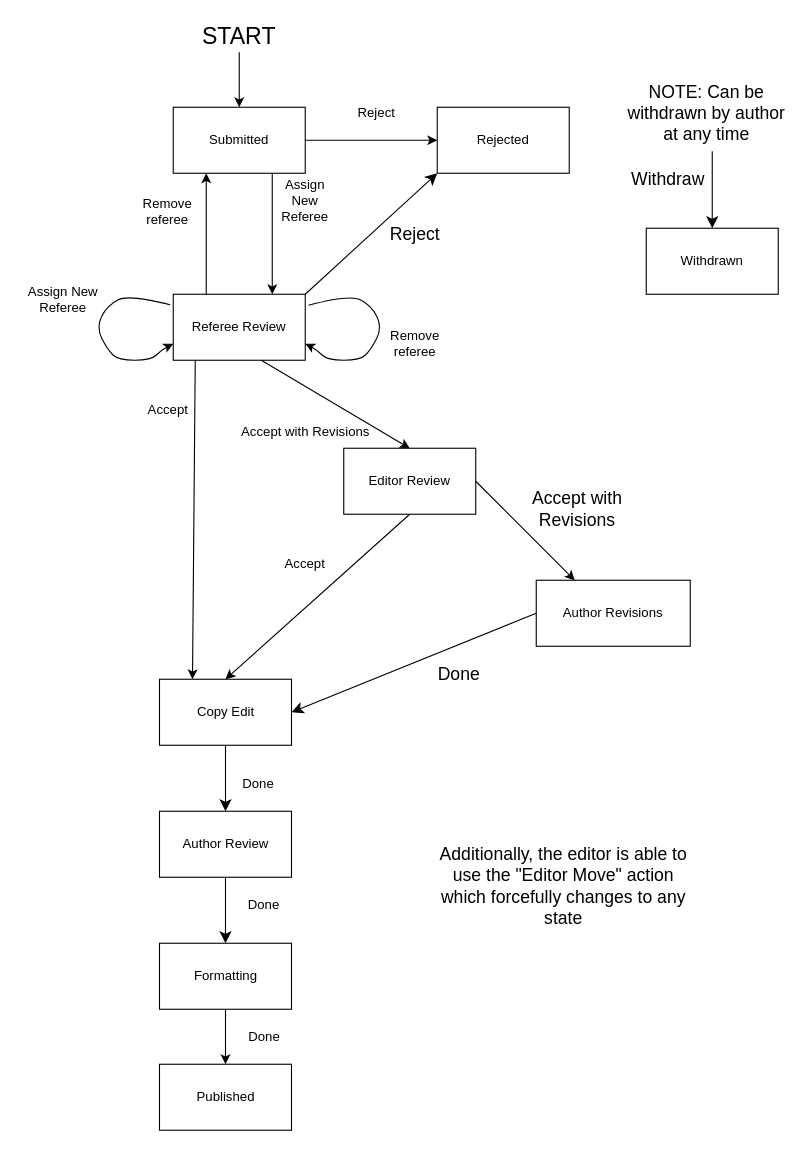
Before: docs/Manuscript_FSM.drawio in AthenaKouKou/journal, a draw.io diagram. Source tidied: cells renumbered, new cells numbered last; positions are measured from the earlier drawing's top-left corner, leaving out a move shared by most shapes. Both pictures are drawn from the tidied source at 110%, with x=0, y=0 at pixel (19, 19).
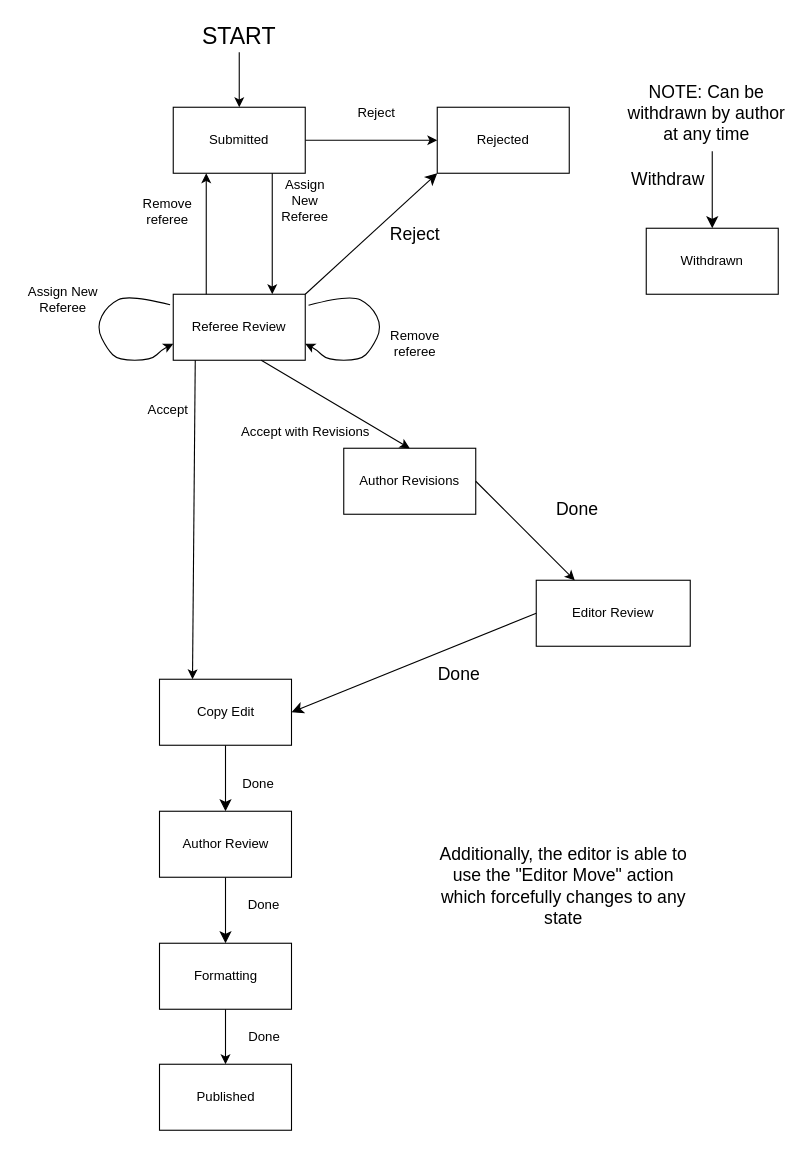
After the change.

Commit message (it also covers changes not shown here):
Updated Manuscript FSM documents

Unchanged cells that the change refers to:
```xml
<mxCell id="22" value="Copy Edit" style="rounded=0;whiteSpace=wrap;html=1;" parent="1" vertex="1">
  <mxGeometry x="127.5" y="600" width="120" height="60" as="geometry" />
</mxCell>
```

The edit, as a diff of the source:
```diff
@@
-    <mxCell id="3" value="&lt;div&gt;Editor Review&lt;/div&gt;" style="rounded=0;whiteSpace=wrap;html=1;" parent="1" vertex="1">
+    <mxCell id="3" value="&lt;div&gt;Author Revisions&lt;/div&gt;" style="rounded=0;whiteSpace=wrap;html=1;" parent="1" vertex="1">
       <mxGeometry x="295" y="390" width="120" height="60" as="geometry" />
     </mxCell>
@@
-    <mxCell id="8" value="&lt;div&gt;Author Revisions&lt;/div&gt;" style="rounded=0;whiteSpace=wrap;html=1;" parent="1" vertex="1">
+    <mxCell id="8" value="Editor Review" style="rounded=0;whiteSpace=wrap;html=1;" parent="1" vertex="1">
       <mxGeometry x="470" y="510" width="140" height="60" as="geometry" />
     </mxCell>
@@
-    <mxCell id="26" style="endArrow=classic;html=1;rounded=0;exitX=0.5;exitY=1;exitDx=0;exitDy=0;entryX=0.5;entryY=0;entryDx=0;entryDy=0;" parent="1" edge="1" source="3" target="22">
-      <mxGeometry relative="1" as="geometry" />
-    </mxCell>
-    <mxCell id="27" value="Accept" style="text;html=1;align=center;verticalAlign=middle;whiteSpace=wrap;rounded=0;" parent="1" vertex="1">
-      <mxGeometry x="230" y="480" width="60" height="30" as="geometry" />
-    </mxCell>
@@
-    <mxCell id="39" value="Accept with Revisions" style="text;html=1;align=center;verticalAlign=middle;whiteSpace=wrap;rounded=0;fontSize=16;" parent="1" vertex="1">
+    <mxCell id="39" value="Done" style="text;html=1;align=center;verticalAlign=middle;whiteSpace=wrap;rounded=0;fontSize=16;" parent="1" vertex="1">
       <mxGeometry x="455" y="430" width="105" height="30" as="geometry" />
     </mxCell>
```
